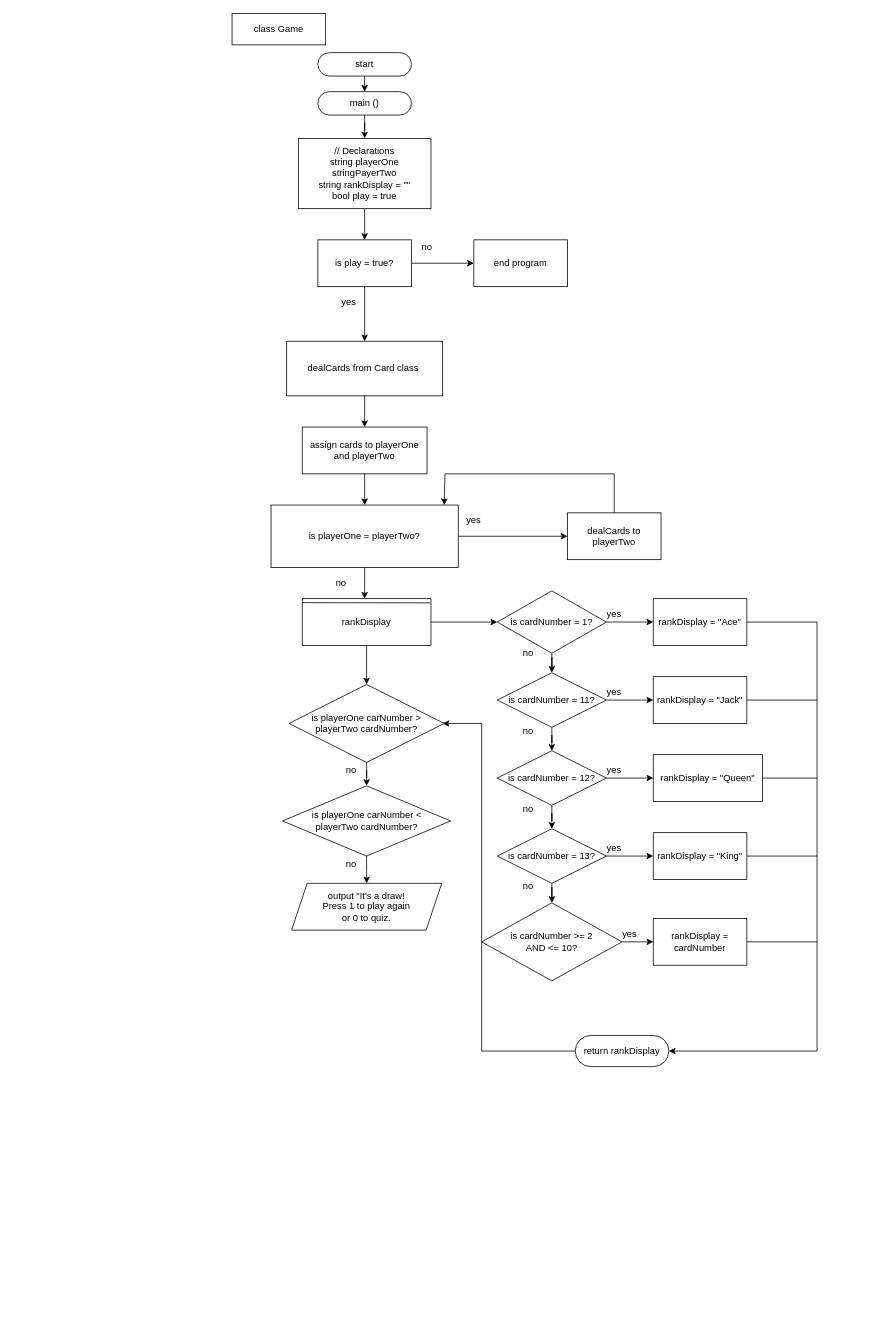
This is L8Flowchart2.drawio from hmfranc/ubiquitous-octo-palm-tree, a draw.io file, before an edit. Source tidied: cells renumbered, new cells numbered last; positions are measured from the earlier drawing's top-left corner, leaving out a move shared by most shapes. Both pictures are drawn from the tidied source at 78%, with x=0, y=0 at pixel (232, 13).
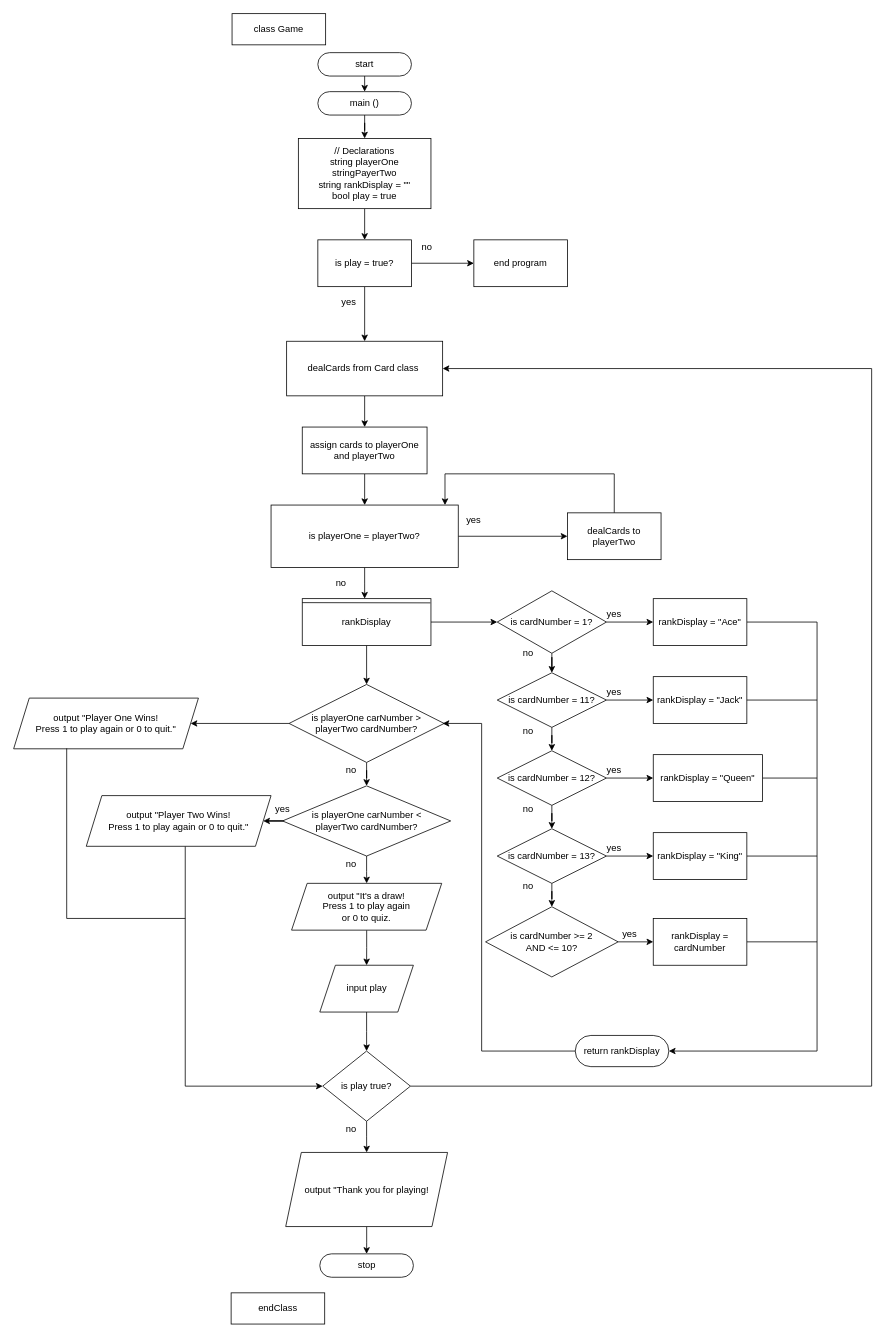
After the change.

Unchanged cells that the change refers to:
```xml
<mxCell id="14" value="dealCards from Card class&amp;nbsp;" style="whiteSpace=wrap;html=1;rounded=0;" parent="1" vertex="1">
  <mxGeometry x="70" y="420" width="200" height="70" as="geometry" />
</mxCell>
<mxCell id="27" value="dealCards to playerTwo" style="whiteSpace=wrap;html=1;rounded=0;" parent="1" vertex="1">
  <mxGeometry x="430" y="640" width="120" height="60" as="geometry" />
</mxCell>
<mxCell id="63" value="is playerOne carNumber &amp;gt; playerTwo cardNumber?" style="rhombus;whiteSpace=wrap;html=1;" parent="1" vertex="1">
  <mxGeometry x="73.1" y="860" width="198.8" height="100" as="geometry" />
</mxCell>
<mxCell id="68" value="is playerOne carNumber &amp;lt;&lt;br&gt;playerTwo cardNumber?" style="rhombus;whiteSpace=wrap;html=1;" parent="1" vertex="1">
  <mxGeometry x="64.7" y="990" width="215.6" height="90" as="geometry" />
</mxCell>
<mxCell id="71" value="output &quot;It's a draw! &lt;br&gt;Press 1 to play again &lt;br&gt;or 0 to quiz." style="shape=parallelogram;perimeter=parallelogramPerimeter;whiteSpace=wrap;html=1;fixedSize=1;rounded=0;" parent="1" vertex="1">
  <mxGeometry x="76.3" y="1115" width="192.5" height="60" as="geometry" />
</mxCell>
```

Change to the diagram source:
```diff
@@
     <mxCell id="26" style="edgeStyle=orthogonalEdgeStyle;rounded=0;jettySize=auto;html=1;" parent="1" edge="1" source="27">
       <mxGeometry relative="1" as="geometry">
-        <mxPoint x="272" y="630" as="targetPoint" />
+        <mxPoint x="273" y="630" as="targetPoint" />
         <Array as="points">
           <mxPoint x="490" y="590" />
           <mxPoint x="273" y="590" />
+          <mxPoint x="273" y="625" />
+          <mxPoint x="273" y="625" />
         </Array>
       </mxGeometry>
     </mxCell>
@@
     <mxCell id="57" value="is cardNumber &amp;gt;= 2 &lt;br&gt;AND &amp;lt;= 10?" style="rhombus;whiteSpace=wrap;html=1;" parent="1" vertex="1">
-      <mxGeometry x="320" y="1140" width="180" height="100" as="geometry" />
+      <mxGeometry x="325" y="1145" width="170" height="90" as="geometry" />
     </mxCell>
@@
+    <mxCell id="72" style="edgeStyle=orthogonalEdgeStyle;rounded=0;jettySize=auto;html=1;" parent="1" edge="1" source="63" target="86">
+      <mxGeometry relative="1" as="geometry" />
+    </mxCell>
@@
+    <mxCell id="73" style="edgeStyle=orthogonalEdgeStyle;rounded=0;jettySize=auto;html=1;" parent="1" edge="1" source="68" target="84">
+      <mxGeometry relative="1" as="geometry" />
+    </mxCell>
@@
+    <mxCell id="74" style="edgeStyle=orthogonalEdgeStyle;rounded=0;jettySize=auto;html=1;" parent="1" edge="1" source="71" target="76">
+      <mxGeometry relative="1" as="geometry" />
+    </mxCell>
@@
+    <mxCell id="75" style="edgeStyle=orthogonalEdgeStyle;rounded=0;jettySize=auto;html=1;" parent="1" edge="1" source="76" target="79">
+      <mxGeometry relative="1" as="geometry" />
+    </mxCell>
+    <mxCell id="76" value="input play" style="shape=parallelogram;perimeter=parallelogramPerimeter;whiteSpace=wrap;html=1;fixedSize=1;rounded=0;" parent="1" vertex="1">
+      <mxGeometry x="112.5" y="1220" width="120" height="60" as="geometry" />
+    </mxCell>
+    <mxCell id="77" style="edgeStyle=orthogonalEdgeStyle;rounded=0;jettySize=auto;html=1;" parent="1" edge="1" source="79" target="81">
+      <mxGeometry relative="1" as="geometry" />
+    </mxCell>
+    <mxCell id="78" style="edgeStyle=orthogonalEdgeStyle;rounded=0;jettySize=auto;html=1;entryX=1;entryY=0.5;entryDx=0;entryDy=0;" parent="1" edge="1" source="79" target="14">
+      <mxGeometry relative="1" as="geometry">
+        <Array as="points">
+          <mxPoint x="820" y="1375" />
+          <mxPoint x="820" y="455" />
+        </Array>
+      </mxGeometry>
+    </mxCell>
+    <mxCell id="79" value="is play true?" style="rhombus;whiteSpace=wrap;html=1;rounded=0;" parent="1" vertex="1">
+      <mxGeometry x="116.2" y="1330" width="112.5" height="90" as="geometry" />
+    </mxCell>
+    <mxCell id="80" style="edgeStyle=orthogonalEdgeStyle;rounded=0;jettySize=auto;html=1;" parent="1" edge="1" source="81" target="90">
+      <mxGeometry relative="1" as="geometry" />
+    </mxCell>
+    <mxCell id="81" value="output &quot;Thank you for playing!" style="shape=parallelogram;perimeter=parallelogramPerimeter;whiteSpace=wrap;html=1;fixedSize=1;rounded=0;" parent="1" vertex="1">
+      <mxGeometry x="68.8" y="1460" width="207.5" height="95" as="geometry" />
+    </mxCell>
+    <mxCell id="82" value="no" style="text;html=1;strokeColor=none;fillColor=none;align=center;verticalAlign=middle;whiteSpace=wrap;rounded=0;" parent="1" vertex="1">
+      <mxGeometry x="133.1" y="1420" width="40" height="20" as="geometry" />
+    </mxCell>
+    <mxCell id="83" style="edgeStyle=orthogonalEdgeStyle;rounded=0;jettySize=auto;html=1;entryX=0;entryY=0.5;entryDx=0;entryDy=0;" parent="1" edge="1" source="84" target="79">
+      <mxGeometry relative="1" as="geometry">
+        <Array as="points">
+          <mxPoint x="-60" y="1375" />
+        </Array>
+      </mxGeometry>
+    </mxCell>
+    <mxCell id="84" value="output &quot;Player Two Wins! &lt;br&gt;Press 1 to play again or 0 to quit.&quot;" style="shape=parallelogram;perimeter=parallelogramPerimeter;whiteSpace=wrap;html=1;fixedSize=1;" parent="1" vertex="1">
+      <mxGeometry x="-186.9" y="1002.5" width="236.9" height="65" as="geometry" />
+    </mxCell>
+    <mxCell id="85" value="yes" style="text;html=1;strokeColor=none;fillColor=none;align=center;verticalAlign=middle;whiteSpace=wrap;rounded=0;" parent="1" vertex="1">
+      <mxGeometry x="45" y="1010" width="40" height="20" as="geometry" />
+    </mxCell>
+    <mxCell id="86" value="output &quot;Player One Wins! &lt;br&gt;Press 1 to play again or 0 to quit.&quot;" style="shape=parallelogram;perimeter=parallelogramPerimeter;whiteSpace=wrap;html=1;fixedSize=1;" parent="1" vertex="1">
+      <mxGeometry x="-280" y="877.5" width="236.9" height="65" as="geometry" />
+    </mxCell>
+    <mxCell id="87" style="endArrow=none;html=1;" parent="1" edge="1">
+      <mxGeometry relative="1" as="geometry">
+        <mxPoint x="-212" y="1160" as="sourcePoint" />
+        <mxPoint x="-212" y="942" as="targetPoint" />
+      </mxGeometry>
+    </mxCell>
+    <mxCell id="88" style="endArrow=none;html=1;" parent="1" edge="1">
+      <mxGeometry relative="1" as="geometry">
+        <mxPoint x="-212" y="1160" as="sourcePoint" />
+        <mxPoint x="-60" y="1160" as="targetPoint" />
+      </mxGeometry>
+    </mxCell>
+    <mxCell id="89" value="endClass" style="rounded=0;whiteSpace=wrap;html=1;" parent="1" vertex="1">
+      <mxGeometry x="-1.2" y="1640" width="120" height="40" as="geometry" />
+    </mxCell>
+    <mxCell id="90" value="stop" style="rounded=1;whiteSpace=wrap;html=1;arcSize=50;" parent="1" vertex="1">
+      <mxGeometry x="112.5" y="1590" width="120" height="30" as="geometry" />
+    </mxCell>
```
